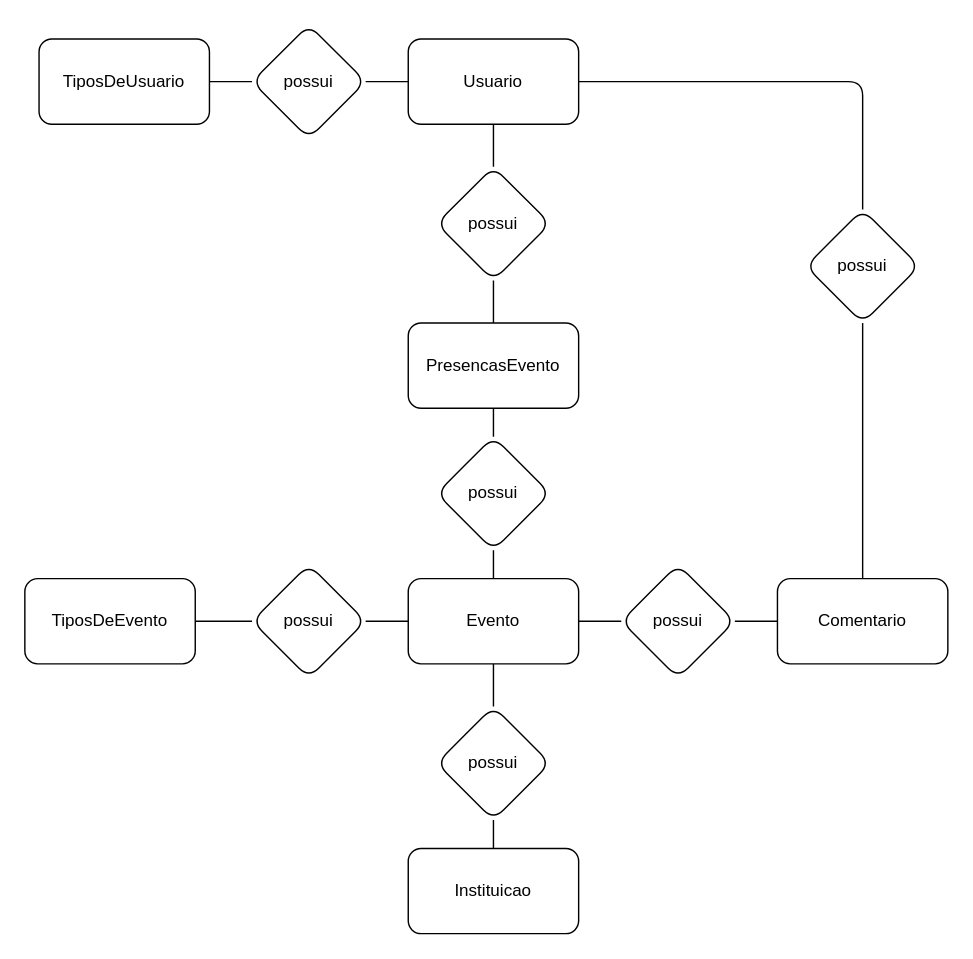
LucasBO7/senai-curso-repos-semestre-2 keeps this draw.io diagram as Banco de dados - Sprint 1/Projeto Event+/Event+.drawio. Above is the earlier version. Source tidied: cells renumbered, new cells numbered last; positions are measured from the earlier drawing's top-left corner, leaving out a move shared by most shapes. Both pictures are drawn from the tidied source at 142%, with x=0, y=0 at pixel (24, 24).
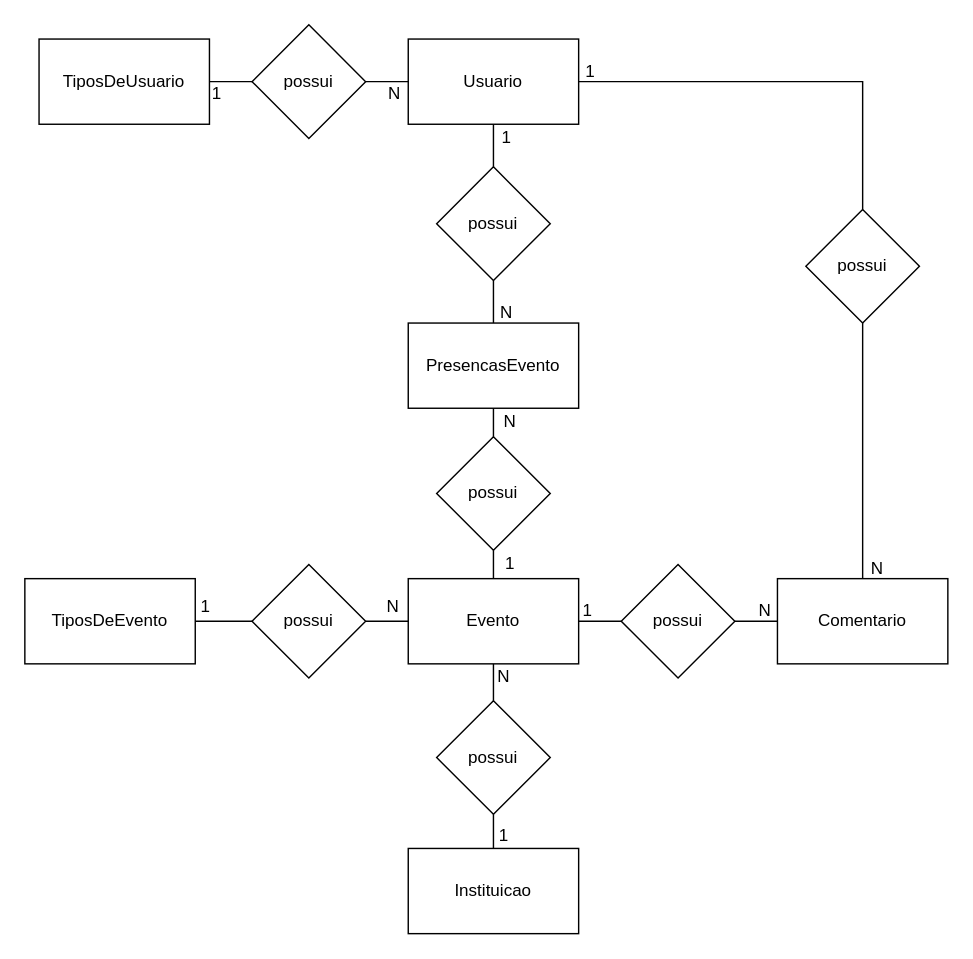
Above is the later version.

What changed in the source:
```diff
@@
-    <mxCell id="2" style="edgeStyle=orthogonalEdgeStyle;rounded=1;jettySize=auto;html=1;entryX=0.5;entryY=0;entryDx=0;entryDy=0;endArrow=none;endFill=0;" parent="1" edge="1" source="4" target="19">
+    <mxCell id="2" style="edgeStyle=orthogonalEdgeStyle;rounded=0;jettySize=auto;html=1;entryX=0.5;entryY=0;entryDx=0;entryDy=0;endArrow=none;endFill=0;" parent="1" edge="1" source="4" target="19">
       <mxGeometry relative="1" as="geometry" />
     </mxCell>
-    <mxCell id="3" style="edgeStyle=orthogonalEdgeStyle;rounded=1;jettySize=auto;html=1;entryX=0.5;entryY=0;entryDx=0;entryDy=0;shadow=0;endArrow=none;endFill=0;" parent="1" edge="1" source="4" target="29">
+    <mxCell id="3" style="edgeStyle=orthogonalEdgeStyle;rounded=0;jettySize=auto;html=1;entryX=0.5;entryY=0;entryDx=0;entryDy=0;shadow=0;endArrow=none;endFill=0;" parent="1" edge="1" source="4" target="29">
       <mxGeometry relative="1" as="geometry" />
     </mxCell>
-    <mxCell id="4" value="Usuario" style="rounded=1;whiteSpace=wrap;html=1;" parent="1" vertex="1">
+    <mxCell id="4" value="Usuario" style="rounded=0;whiteSpace=wrap;html=1;" parent="1" vertex="1">
       <mxGeometry x="270" y="10" width="120" height="60" as="geometry" />
     </mxCell>
-    <mxCell id="5" style="edgeStyle=orthogonalEdgeStyle;rounded=1;jettySize=auto;html=1;entryX=0;entryY=0.5;entryDx=0;entryDy=0;endArrow=none;endFill=0;" parent="1" edge="1" source="6" target="17">
+    <mxCell id="5" style="edgeStyle=orthogonalEdgeStyle;rounded=0;jettySize=auto;html=1;entryX=0;entryY=0.5;entryDx=0;entryDy=0;endArrow=none;endFill=0;" parent="1" edge="1" source="6" target="17">
       <mxGeometry relative="1" as="geometry" />
     </mxCell>
-    <mxCell id="6" value="TiposDeUsuario" style="rounded=1;whiteSpace=wrap;html=1;" parent="1" vertex="1">
+    <mxCell id="6" value="TiposDeUsuario" style="rounded=0;whiteSpace=wrap;html=1;" parent="1" vertex="1">
       <mxGeometry x="10" y="10" width="120" height="60" as="geometry" />
     </mxCell>
-    <mxCell id="7" style="edgeStyle=orthogonalEdgeStyle;rounded=1;jettySize=auto;html=1;entryX=0;entryY=0.5;entryDx=0;entryDy=0;endArrow=none;endFill=0;" parent="1" edge="1" source="8" target="23">
+    <mxCell id="7" style="edgeStyle=orthogonalEdgeStyle;rounded=0;jettySize=auto;html=1;entryX=0;entryY=0.5;entryDx=0;entryDy=0;endArrow=none;endFill=0;" parent="1" edge="1" source="8" target="23">
       <mxGeometry relative="1" as="geometry" />
     </mxCell>
-    <mxCell id="8" value="TiposDeEvento" style="rounded=1;whiteSpace=wrap;html=1;" parent="1" vertex="1">
+    <mxCell id="8" value="TiposDeEvento" style="rounded=0;whiteSpace=wrap;html=1;" parent="1" vertex="1">
       <mxGeometry y="390" width="120" height="60" as="geometry" />
     </mxCell>
-    <mxCell id="9" style="edgeStyle=orthogonalEdgeStyle;rounded=1;jettySize=auto;html=1;entryX=0.5;entryY=0;entryDx=0;entryDy=0;endArrow=none;endFill=0;" parent="1" edge="1" source="11" target="25">
+    <mxCell id="9" style="edgeStyle=orthogonalEdgeStyle;rounded=0;jettySize=auto;html=1;entryX=0.5;entryY=0;entryDx=0;entryDy=0;endArrow=none;endFill=0;" parent="1" edge="1" source="11" target="25">
       <mxGeometry relative="1" as="geometry" />
     </mxCell>
-    <mxCell id="10" style="edgeStyle=orthogonalEdgeStyle;rounded=1;jettySize=auto;html=1;entryX=0;entryY=0.5;entryDx=0;entryDy=0;endArrow=none;endFill=0;" parent="1" edge="1" source="11" target="27">
+    <mxCell id="10" style="edgeStyle=orthogonalEdgeStyle;rounded=0;jettySize=auto;html=1;entryX=0;entryY=0.5;entryDx=0;entryDy=0;endArrow=none;endFill=0;" parent="1" edge="1" source="11" target="27">
       <mxGeometry relative="1" as="geometry" />
     </mxCell>
-    <mxCell id="11" value="Evento" style="rounded=1;whiteSpace=wrap;html=1;" parent="1" vertex="1">
+    <mxCell id="11" value="Evento" style="rounded=0;whiteSpace=wrap;html=1;" parent="1" vertex="1">
       <mxGeometry x="270" y="390" width="120" height="60" as="geometry" />
     </mxCell>
-    <mxCell id="12" style="edgeStyle=orthogonalEdgeStyle;rounded=1;jettySize=auto;html=1;entryX=0.5;entryY=0;entryDx=0;entryDy=0;endArrow=none;endFill=0;" parent="1" edge="1" source="13" target="21">
+    <mxCell id="12" style="edgeStyle=orthogonalEdgeStyle;rounded=0;jettySize=auto;html=1;entryX=0.5;entryY=0;entryDx=0;entryDy=0;endArrow=none;endFill=0;" parent="1" edge="1" source="13" target="21">
       <mxGeometry relative="1" as="geometry" />
     </mxCell>
-    <mxCell id="13" value="PresencasEvento" style="rounded=1;whiteSpace=wrap;html=1;" parent="1" vertex="1">
+    <mxCell id="13" value="PresencasEvento" style="rounded=0;whiteSpace=wrap;html=1;" parent="1" vertex="1">
       <mxGeometry x="270" y="210" width="120" height="60" as="geometry" />
     </mxCell>
-    <mxCell id="14" value="Instituicao" style="rounded=1;whiteSpace=wrap;html=1;" parent="1" vertex="1">
+    <mxCell id="14" value="Instituicao" style="rounded=0;whiteSpace=wrap;html=1;" parent="1" vertex="1">
       <mxGeometry x="270" y="580" width="120" height="60" as="geometry" />
     </mxCell>
-    <mxCell id="15" value="Comentario" style="rounded=1;whiteSpace=wrap;html=1;" parent="1" vertex="1">
+    <mxCell id="15" value="Comentario" style="rounded=0;whiteSpace=wrap;html=1;" parent="1" vertex="1">
       <mxGeometry x="530" y="390" width="120" height="60" as="geometry" />
     </mxCell>
-    <mxCell id="16" style="edgeStyle=orthogonalEdgeStyle;rounded=1;jettySize=auto;html=1;entryX=0;entryY=0.5;entryDx=0;entryDy=0;endArrow=none;endFill=0;" parent="1" edge="1" source="17" target="4">
+    <mxCell id="16" style="edgeStyle=orthogonalEdgeStyle;rounded=0;jettySize=auto;html=1;entryX=0;entryY=0.5;entryDx=0;entryDy=0;endArrow=none;endFill=0;" parent="1" edge="1" source="17" target="4">
       <mxGeometry relative="1" as="geometry" />
     </mxCell>
-    <mxCell id="17" value="possui" style="rhombus;whiteSpace=wrap;html=1;rounded=1;" parent="1" vertex="1">
+    <mxCell id="17" value="possui" style="rhombus;whiteSpace=wrap;html=1;rounded=0;" parent="1" vertex="1">
       <mxGeometry x="160" width="80" height="80" as="geometry" />
     </mxCell>
-    <mxCell id="18" style="edgeStyle=orthogonalEdgeStyle;rounded=1;jettySize=auto;html=1;entryX=0.5;entryY=0;entryDx=0;entryDy=0;endArrow=none;endFill=0;" parent="1" edge="1" source="19" target="13">
+    <mxCell id="18" style="edgeStyle=orthogonalEdgeStyle;rounded=0;jettySize=auto;html=1;entryX=0.5;entryY=0;entryDx=0;entryDy=0;endArrow=none;endFill=0;" parent="1" edge="1" source="19" target="13">
       <mxGeometry relative="1" as="geometry" />
     </mxCell>
-    <mxCell id="19" value="possui" style="rhombus;whiteSpace=wrap;html=1;rounded=1;" parent="1" vertex="1">
+    <mxCell id="19" value="possui" style="rhombus;whiteSpace=wrap;html=1;rounded=0;" parent="1" vertex="1">
       <mxGeometry x="290" y="100" width="80" height="80" as="geometry" />
     </mxCell>
-    <mxCell id="20" style="edgeStyle=orthogonalEdgeStyle;rounded=1;jettySize=auto;html=1;entryX=0.5;entryY=0;entryDx=0;entryDy=0;endArrow=none;endFill=0;" parent="1" edge="1" source="21" target="11">
+    <mxCell id="20" style="edgeStyle=orthogonalEdgeStyle;rounded=0;jettySize=auto;html=1;entryX=0.5;entryY=0;entryDx=0;entryDy=0;endArrow=none;endFill=0;" parent="1" edge="1" source="21" target="11">
       <mxGeometry relative="1" as="geometry" />
     </mxCell>
-    <mxCell id="21" value="possui" style="rhombus;whiteSpace=wrap;html=1;rounded=1;" parent="1" vertex="1">
+    <mxCell id="21" value="possui" style="rhombus;whiteSpace=wrap;html=1;rounded=0;" parent="1" vertex="1">
       <mxGeometry x="290" y="290" width="80" height="80" as="geometry" />
     </mxCell>
-    <mxCell id="22" style="edgeStyle=orthogonalEdgeStyle;rounded=1;jettySize=auto;html=1;entryX=0;entryY=0.5;entryDx=0;entryDy=0;endArrow=none;endFill=0;" parent="1" edge="1" source="23" target="11">
+    <mxCell id="22" style="edgeStyle=orthogonalEdgeStyle;rounded=0;jettySize=auto;html=1;entryX=0;entryY=0.5;entryDx=0;entryDy=0;endArrow=none;endFill=0;" parent="1" edge="1" source="23" target="11">
       <mxGeometry relative="1" as="geometry" />
     </mxCell>
-    <mxCell id="23" value="possui" style="rhombus;whiteSpace=wrap;html=1;rounded=1;" parent="1" vertex="1">
+    <mxCell id="23" value="possui" style="rhombus;whiteSpace=wrap;html=1;rounded=0;" parent="1" vertex="1">
       <mxGeometry x="160" y="380" width="80" height="80" as="geometry" />
     </mxCell>
-    <mxCell id="24" style="edgeStyle=orthogonalEdgeStyle;rounded=1;jettySize=auto;html=1;entryX=0.5;entryY=0;entryDx=0;entryDy=0;endArrow=none;endFill=0;" parent="1" edge="1" source="25" target="14">
+    <mxCell id="24" style="edgeStyle=orthogonalEdgeStyle;rounded=0;jettySize=auto;html=1;entryX=0.5;entryY=0;entryDx=0;entryDy=0;endArrow=none;endFill=0;" parent="1" edge="1" source="25" target="14">
       <mxGeometry relative="1" as="geometry" />
     </mxCell>
-    <mxCell id="25" value="possui" style="rhombus;whiteSpace=wrap;html=1;rounded=1;" parent="1" vertex="1">
-      <mxGeometry x="290" y="480" width="80" height="80" as="geometry" />
+    <mxCell id="25" value="possui" style="rhombus;whiteSpace=wrap;html=1;rounded=0;" parent="1" vertex="1">
+      <mxGeometry x="290" y="476" width="80" height="80" as="geometry" />
     </mxCell>
-    <mxCell id="26" style="edgeStyle=orthogonalEdgeStyle;rounded=1;jettySize=auto;html=1;entryX=0;entryY=0.5;entryDx=0;entryDy=0;endArrow=none;endFill=0;" parent="1" edge="1" source="27" target="15">
+    <mxCell id="26" style="edgeStyle=orthogonalEdgeStyle;rounded=0;jettySize=auto;html=1;entryX=0;entryY=0.5;entryDx=0;entryDy=0;endArrow=none;endFill=0;" parent="1" edge="1" source="27" target="15">
       <mxGeometry relative="1" as="geometry" />
     </mxCell>
-    <mxCell id="27" value="possui" style="rhombus;whiteSpace=wrap;html=1;rounded=1;" parent="1" vertex="1">
+    <mxCell id="27" value="possui" style="rhombus;whiteSpace=wrap;html=1;rounded=0;" parent="1" vertex="1">
       <mxGeometry x="420" y="380" width="80" height="80" as="geometry" />
     </mxCell>
-    <mxCell id="28" style="edgeStyle=orthogonalEdgeStyle;rounded=1;jettySize=auto;html=1;entryX=0.5;entryY=0;entryDx=0;entryDy=0;endArrow=none;endFill=0;" parent="1" edge="1" source="29" target="15">
+    <mxCell id="28" style="edgeStyle=orthogonalEdgeStyle;rounded=0;jettySize=auto;html=1;entryX=0.5;entryY=0;entryDx=0;entryDy=0;endArrow=none;endFill=0;" parent="1" edge="1" source="29" target="15">
       <mxGeometry relative="1" as="geometry" />
     </mxCell>
-    <mxCell id="29" value="possui" style="rhombus;whiteSpace=wrap;html=1;rounded=1;" parent="1" vertex="1">
+    <mxCell id="29" value="possui" style="rhombus;whiteSpace=wrap;html=1;rounded=0;" parent="1" vertex="1">
       <mxGeometry x="550" y="130" width="80" height="80" as="geometry" />
     </mxCell>
+    <mxCell id="30" value="N" style="text;html=1;align=center;verticalAlign=middle;strokeColor=none;fillColor=none;rounded=0;" parent="1" vertex="1">
+      <mxGeometry x="245" y="34" width="30" height="30" as="geometry" />
+    </mxCell>
+    <mxCell id="31" value="1" style="text;html=1;align=center;verticalAlign=middle;strokeColor=none;fillColor=none;rounded=0;" parent="1" vertex="1">
+      <mxGeometry x="120" y="34" width="30" height="30" as="geometry" />
+    </mxCell>
+    <mxCell id="32" value="N" style="text;html=1;align=center;verticalAlign=middle;strokeColor=none;fillColor=none;" parent="1" vertex="1">
+      <mxGeometry x="324" y="188" width="30" height="30" as="geometry" />
+    </mxCell>
+    <mxCell id="33" value="1" style="text;strokeColor=none;align=center;fillColor=none;html=1;verticalAlign=middle;whiteSpace=wrap;rounded=0;" parent="1" vertex="1">
+      <mxGeometry x="328.5" y="70" width="21" height="20" as="geometry" />
+    </mxCell>
+    <mxCell id="34" value="N" style="text;strokeColor=none;align=center;fillColor=none;html=1;verticalAlign=middle;whiteSpace=wrap;rounded=0;" parent="1" vertex="1">
+      <mxGeometry x="334" y="270" width="16" height="20" as="geometry" />
+    </mxCell>
+    <mxCell id="35" value="1" style="text;strokeColor=none;align=center;fillColor=none;html=1;verticalAlign=middle;whiteSpace=wrap;rounded=0;" parent="1" vertex="1">
+      <mxGeometry x="334" y="370" width="16" height="20" as="geometry" />
+    </mxCell>
+    <mxCell id="36" value="N" style="text;strokeColor=none;align=center;fillColor=none;html=1;verticalAlign=middle;whiteSpace=wrap;rounded=0;" parent="1" vertex="1">
+      <mxGeometry x="247" y="400" width="25" height="20" as="geometry" />
+    </mxCell>
+    <mxCell id="37" value="1" style="text;strokeColor=none;align=center;fillColor=none;html=1;verticalAlign=middle;whiteSpace=wrap;rounded=0;" parent="1" vertex="1">
+      <mxGeometry x="115" y="400" width="25" height="20" as="geometry" />
+    </mxCell>
+    <mxCell id="38" value="1" style="text;html=1;align=center;verticalAlign=middle;strokeColor=none;fillColor=none;" parent="1" vertex="1">
+      <mxGeometry x="322" y="556" width="30" height="30" as="geometry" />
+    </mxCell>
+    <mxCell id="39" value="N" style="text;html=1;align=center;verticalAlign=middle;strokeColor=none;fillColor=none;" parent="1" vertex="1">
+      <mxGeometry x="322" y="444" width="30" height="30" as="geometry" />
+    </mxCell>
+    <mxCell id="40" value="N" style="text;html=1;align=center;verticalAlign=middle;strokeColor=none;fillColor=none;" parent="1" vertex="1">
+      <mxGeometry x="506" y="398" width="30" height="30" as="geometry" />
+    </mxCell>
+    <mxCell id="41" value="1" style="text;html=1;align=center;verticalAlign=middle;strokeColor=none;fillColor=none;" parent="1" vertex="1">
+      <mxGeometry x="381" y="398" width="30" height="30" as="geometry" />
+    </mxCell>
+    <mxCell id="42" value="N" style="text;html=1;align=center;verticalAlign=middle;strokeColor=none;fillColor=none;" parent="1" vertex="1">
+      <mxGeometry x="585" y="368" width="30" height="30" as="geometry" />
+    </mxCell>
+    <mxCell id="43" value="1" style="text;html=1;align=center;verticalAlign=middle;strokeColor=none;fillColor=none;" parent="1" vertex="1">
+      <mxGeometry x="383" y="18" width="30" height="30" as="geometry" />
+    </mxCell>
```
